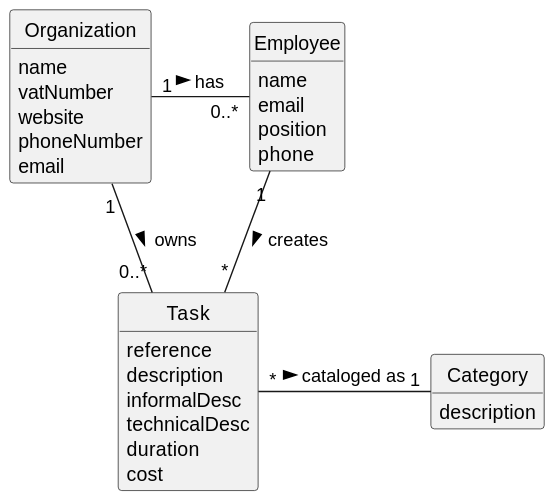
Before: docs/sprintA/us002/02.analysis/svg/us006-domain-model.svg, a diagram exported from PlantUML (Rui-San/LAPR2_2023_2024).
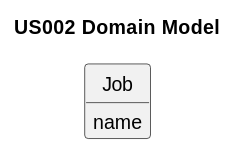
After the change.

Diff of the diagram source:
```diff
@@ -9,39 +9,10 @@
 hide circle
 hide methods
 
+title US002 Domain Model
 
-
-class Organization {
+class Job {
     name
-    vatNumber
-    website
-    phoneNumber
-    email
 }
 
-class Task {
-    reference
-    description
-    informalDesc
-    technicalDesc
-    duration
-    cost
-}
-
-class Category {
-    description
-}
-
-class Employee {
-    name
-    email
-    position
-    phone
-}
-
-
-Organization "1" - "0..*" Employee : has >
-Organization "1" - "0..*" Task: owns >
-Employee "1" -- "*" Task : creates >
-Task "*" - "1" Category: cataloged as >
 @enduml
```
